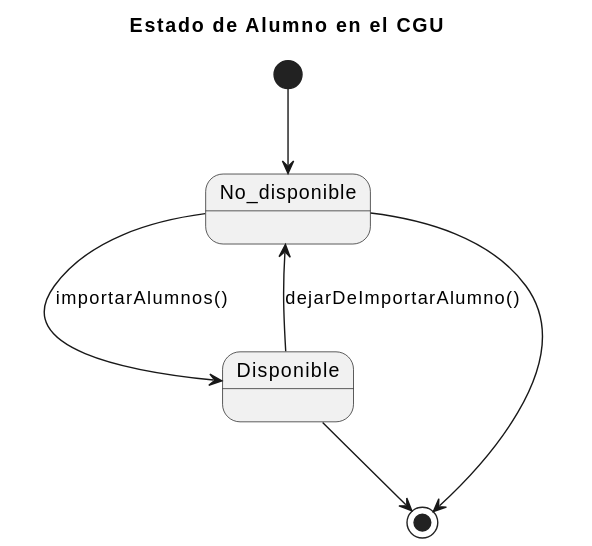
Before: documents/ModeloDelDominio/DiagramasDeEstado/Alumno/Alumno.svg, a diagram exported from PlantUML (enmabry/25-26-IdSw1-SdR).
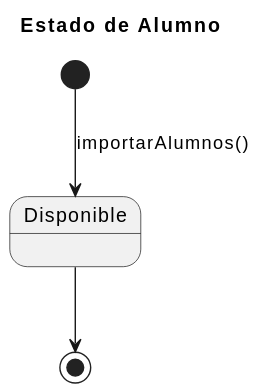
The same file after the commit.

The edit, as a diff of the source:
```diff
@@ -1,11 +1,7 @@
 @startuml
-title Estado de Alumno en el CGU
+title Estado de Alumno
 
-[*] --> No_disponible
-
-No_disponible --> Disponible : importarAlumnos()
-Disponible --> No_disponible : dejarDeImportarAlumno()
+[*] --> Disponible : importarAlumnos()
 
 Disponible --> [*]
-No_disponible --> [*]
 @enduml
```
